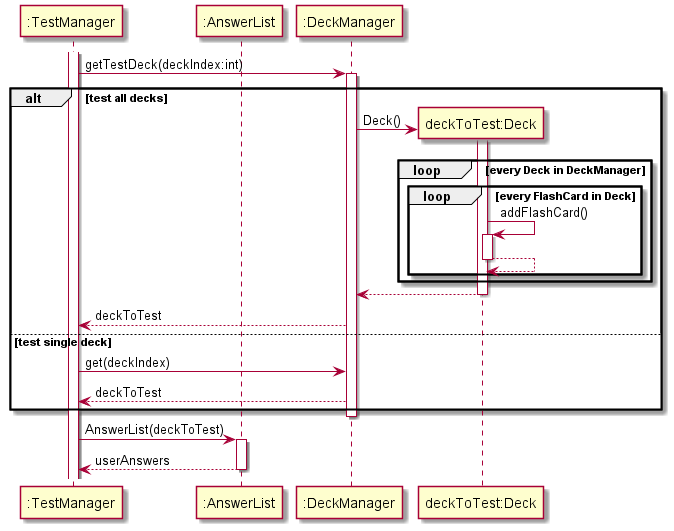
Before: docs/assets/getTestDeckSequenceDiagram.png, a diagram exported from PlantUML (xkisxk/tp).
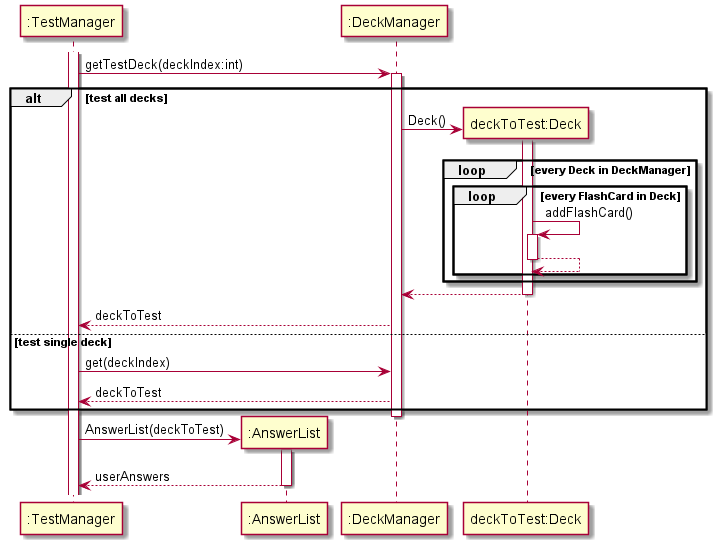
Later version of the same file.

Diff of the diagram source:
```diff
@@ -32,7 +32,7 @@
 end
 deactivate DeckManager
 
-TestManager -> AnswerList : AnswerList(deckToTest)
+TestManager -> AnswerList **: AnswerList(deckToTest)
 activate AnswerList
 
 TestManager <-- AnswerList : userAnswers
```
